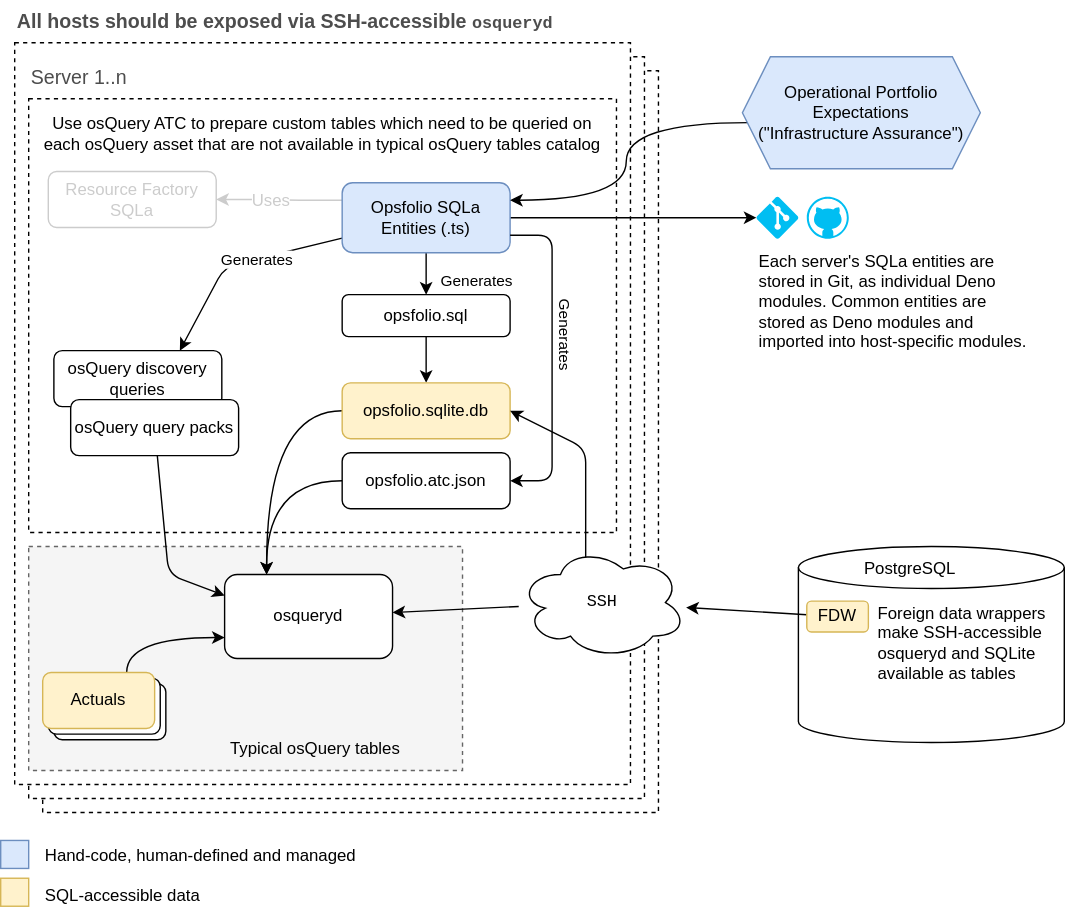
This is support/docs/architecture.drawio.svg from geovlazar/core, a draw.io export, as it was before one commit. Source tidied: cells renumbered, new cells last; positions are measured from the earlier drawing's top-left corner, leaving out a move shared by most shapes.
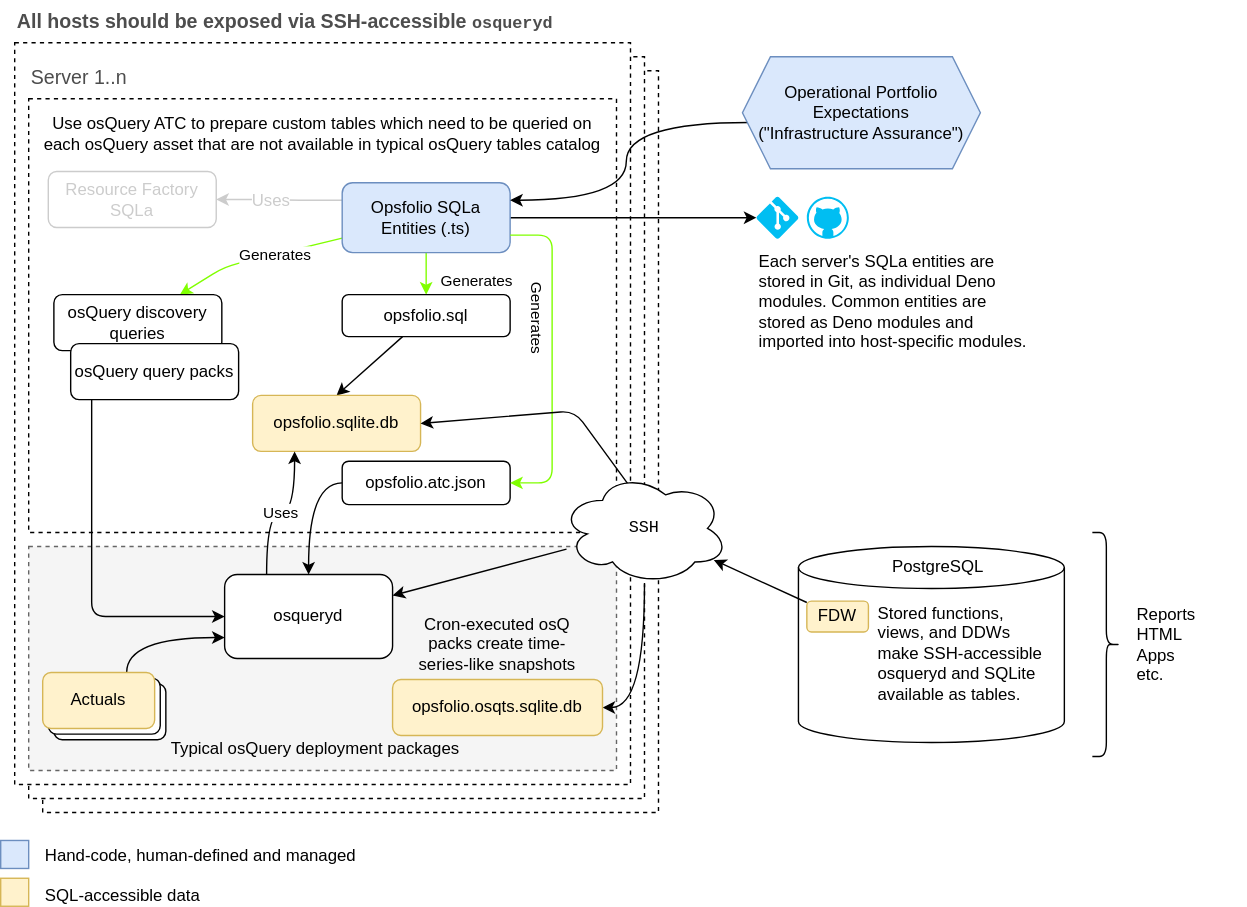
Later version of the same file.

Change to the diagram source:
```diff
@@ -12,7 +12,7 @@
       <mxGeometry x="10" y="30" width="440" height="530" as="geometry" />
     </mxCell>
     <mxCell id="5" style="rounded=0;whiteSpace=wrap;html=1;fontSize=12;dashed=1;fillColor=#f5f5f5;fontColor=#333333;strokeColor=#666666;" parent="1" vertex="1">
-      <mxGeometry x="20" y="390" width="310" height="160" as="geometry" />
+      <mxGeometry x="20" y="390" width="420" height="160" as="geometry" />
     </mxCell>
     <mxCell id="6" style="rounded=0;whiteSpace=wrap;html=1;fontSize=12;dashed=1;" parent="1" vertex="1">
       <mxGeometry x="20" y="70" width="420" height="310" as="geometry" />
@@ -28,10 +28,10 @@
         <mxPoint x="14" y="2" as="offset" />
       </mxGeometry>
     </mxCell>
-    <mxCell id="10" value="Generates" style="edgeStyle=none;html=1;entryX=0.5;entryY=0;entryDx=0;entryDy=0;" parent="1" edge="1" source="14" target="16">
+    <mxCell id="10" value="Generates" style="edgeStyle=none;html=1;entryX=0.5;entryY=0;entryDx=0;entryDy=0;strokeColor=#80FF00;" parent="1" edge="1" source="14" target="16">
       <mxGeometry x="0.33" y="36" relative="1" as="geometry" />
     </mxCell>
-    <mxCell id="11" style="edgeStyle=none;html=1;fontColor=#CCCCCC;strokeColor=#000000;entryX=0.75;entryY=0;entryDx=0;entryDy=0;" parent="1" edge="1" source="14" target="44">
+    <mxCell id="11" style="edgeStyle=none;html=1;fontColor=#CCCCCC;strokeColor=#80FF00;entryX=0.75;entryY=0;entryDx=0;entryDy=0;" parent="1" edge="1" source="14" target="44">
       <mxGeometry relative="1" as="geometry">
         <Array as="points">
           <mxPoint x="160" y="190" />
@@ -53,33 +53,33 @@
     <mxCell id="16" value="opsfolio.sql" style="rounded=1;whiteSpace=wrap;html=1;" parent="1" vertex="1">
       <mxGeometry x="244" y="210" width="120" height="30" as="geometry" />
     </mxCell>
-    <mxCell id="17" style="edgeStyle=orthogonalEdgeStyle;curved=1;html=1;exitX=0;exitY=0.5;exitDx=0;exitDy=0;entryX=0.25;entryY=0;entryDx=0;entryDy=0;fontSize=12;" parent="1" edge="1" source="18" target="23">
-      <mxGeometry relative="1" as="geometry" />
-    </mxCell>
     <mxCell id="18" value="opsfolio.sqlite.db" style="rounded=1;whiteSpace=wrap;html=1;fillColor=#fff2cc;strokeColor=#d6b656;" parent="1" vertex="1">
-      <mxGeometry x="244" y="273" width="120" height="40" as="geometry" />
+      <mxGeometry x="180" y="282" width="120" height="40" as="geometry" />
     </mxCell>
-    <mxCell id="19" style="edgeStyle=orthogonalEdgeStyle;curved=1;html=1;exitX=0;exitY=0.5;exitDx=0;exitDy=0;entryX=0.25;entryY=0;entryDx=0;entryDy=0;fontSize=12;" parent="1" edge="1" source="20" target="23">
+    <mxCell id="19" style="edgeStyle=orthogonalEdgeStyle;curved=1;html=1;exitX=0;exitY=0.5;exitDx=0;exitDy=0;entryX=0.5;entryY=0;entryDx=0;entryDy=0;fontSize=12;" parent="1" edge="1" source="20" target="23">
       <mxGeometry relative="1" as="geometry" />
     </mxCell>
     <mxCell id="20" value="opsfolio.atc.json" style="rounded=1;whiteSpace=wrap;html=1;" parent="1" vertex="1">
-      <mxGeometry x="244" y="323" width="120" height="40" as="geometry" />
+      <mxGeometry x="244" y="329" width="120" height="31" as="geometry" />
     </mxCell>
-    <mxCell id="21" style="edgeStyle=entityRelationEdgeStyle;html=1;fontSize=16;exitX=1;exitY=0.75;exitDx=0;exitDy=0;" parent="1" edge="1" source="14" target="20">
+    <mxCell id="21" style="edgeStyle=entityRelationEdgeStyle;html=1;fontSize=16;exitX=1;exitY=0.75;exitDx=0;exitDy=0;strokeColor=#80FF00;" parent="1" edge="1" source="14" target="20">
       <mxGeometry relative="1" as="geometry" />
     </mxCell>
     <mxCell id="22" value="Generates" style="edgeLabel;html=1;align=center;verticalAlign=middle;rotation=90;" parent="21" vertex="1">
       <mxGeometry x="-0.15" y="2" relative="1" as="geometry">
-        <mxPoint x="8" as="offset" />
+        <mxPoint x="-12" y="-13" as="offset" />
       </mxGeometry>
     </mxCell>
+    <mxCell id="51" value="Uses" style="edgeStyle=orthogonalEdgeStyle;curved=1;html=1;exitX=0.25;exitY=0;exitDx=0;exitDy=0;entryX=0.25;entryY=1;entryDx=0;entryDy=0;strokeColor=#000000;" parent="1" edge="1" source="23" target="18">
+      <mxGeometry relative="1" as="geometry" />
+    </mxCell>
     <mxCell id="23" value="osqueryd" style="rounded=1;whiteSpace=wrap;html=1;" parent="1" vertex="1">
       <mxGeometry x="160" y="410" width="120" height="60" as="geometry" />
     </mxCell>
     <mxCell id="24" value="Use osQuery ATC to prepare custom tables which need to be queried on each osQuery asset that are not available in typical osQuery tables catalog" style="text;html=1;strokeColor=none;fillColor=none;align=center;verticalAlign=middle;whiteSpace=wrap;rounded=0;dashed=1;fontSize=12;" parent="1" vertex="1">
       <mxGeometry x="30" y="80" width="400" height="30" as="geometry" />
     </mxCell>
-    <mxCell id="25" value="Typical osQuery tables" style="text;html=1;strokeColor=none;fillColor=none;align=center;verticalAlign=middle;whiteSpace=wrap;rounded=0;dashed=1;fontSize=12;" parent="1" vertex="1">
+    <mxCell id="25" value="Typical osQuery deployment packages" style="text;html=1;strokeColor=none;fillColor=none;align=center;verticalAlign=middle;whiteSpace=wrap;rounded=0;dashed=1;fontSize=12;" parent="1" vertex="1">
       <mxGeometry x="50" y="520" width="350" height="30" as="geometry" />
     </mxCell>
     <mxCell id="26" style="edgeStyle=orthogonalEdgeStyle;curved=1;html=1;fontSize=12;entryX=1;entryY=0.25;entryDx=0;entryDy=0;exitX=0.029;exitY=0.588;exitDx=0;exitDy=0;exitPerimeter=0;" parent="1" edge="1" source="27" target="14">
@@ -106,24 +106,27 @@
     <mxCell id="33" value="Server 1..n" style="text;html=1;strokeColor=none;fillColor=none;align=left;verticalAlign=middle;whiteSpace=wrap;rounded=0;fontSize=14;fontColor=#4D4D4D;" parent="1" vertex="1">
       <mxGeometry x="20" y="40" width="430" height="30" as="geometry" />
     </mxCell>
-    <mxCell id="34" style="edgeStyle=none;html=1;fontFamily=Courier New;fontSize=12;" parent="1" edge="1" source="36" target="23">
+    <mxCell id="34" style="edgeStyle=none;html=1;fontFamily=Courier New;fontSize=12;entryX=1;entryY=0.25;entryDx=0;entryDy=0;" parent="1" edge="1" source="36" target="23">
       <mxGeometry relative="1" as="geometry" />
     </mxCell>
     <mxCell id="35" style="edgeStyle=none;html=1;entryX=1;entryY=0.5;entryDx=0;entryDy=0;exitX=0.4;exitY=0.1;exitDx=0;exitDy=0;exitPerimeter=0;" parent="1" edge="1" source="36" target="18">
       <mxGeometry relative="1" as="geometry">
         <Array as="points">
-          <mxPoint x="418" y="320" />
+          <mxPoint x="410" y="293" />
         </Array>
       </mxGeometry>
     </mxCell>
+    <mxCell id="52" style="edgeStyle=orthogonalEdgeStyle;curved=1;html=1;strokeColor=#000000;entryX=1;entryY=0.5;entryDx=0;entryDy=0;" parent="1" edge="1" source="36" target="55">
+      <mxGeometry relative="1" as="geometry" />
+    </mxCell>
     <mxCell id="36" value="SSH" style="ellipse;shape=cloud;whiteSpace=wrap;html=1;fontFamily=Courier New;fontSize=12;" parent="1" vertex="1">
-      <mxGeometry x="370" y="390" width="120" height="80" as="geometry" />
+      <mxGeometry x="400" y="337" width="120" height="80" as="geometry" />
     </mxCell>
     <mxCell id="37" style="shape=cylinder3;whiteSpace=wrap;html=1;boundedLbl=1;backgroundOutline=1;size=15;fontFamily=Helvetica;fontSize=12;" parent="1" vertex="1">
       <mxGeometry x="570" y="390" width="190" height="140" as="geometry" />
     </mxCell>
     <mxCell id="38" value="PostgreSQL" style="text;html=1;strokeColor=none;fillColor=none;align=center;verticalAlign=middle;whiteSpace=wrap;rounded=0;fontFamily=Helvetica;fontSize=12;" parent="1" vertex="1">
-      <mxGeometry x="620" y="391" width="60" height="30" as="geometry" />
+      <mxGeometry x="640" y="390" width="60" height="30" as="geometry" />
     </mxCell>
     <mxCell id="39" style="edgeStyle=none;html=1;fontFamily=Helvetica;fontSize=12;" parent="1" edge="1" source="40" target="36">
       <mxGeometry relative="1" as="geometry" />
@@ -141,19 +144,20 @@
       <mxGeometry y="627" width="20" height="20" as="geometry" />
     </mxCell>
     <mxCell id="44" value="osQuery discovery queries" style="rounded=1;whiteSpace=wrap;html=1;" parent="1" vertex="1">
-      <mxGeometry x="38" y="250" width="120" height="40" as="geometry" />
+      <mxGeometry x="38" y="210" width="120" height="40" as="geometry" />
     </mxCell>
-    <mxCell id="45" style="edgeStyle=none;html=1;fontColor=#CCCCCC;strokeColor=#000000;entryX=0;entryY=0.25;entryDx=0;entryDy=0;" parent="1" edge="1" source="46" target="23">
+    <mxCell id="45" style="edgeStyle=none;html=1;fontColor=#CCCCCC;strokeColor=#000000;entryX=0;entryY=0.5;entryDx=0;entryDy=0;exitX=0.125;exitY=0.975;exitDx=0;exitDy=0;exitPerimeter=0;" parent="1" edge="1" source="46" target="23">
       <mxGeometry relative="1" as="geometry">
         <Array as="points">
-          <mxPoint x="120" y="410" />
+          <mxPoint x="65" y="410" />
+          <mxPoint x="65" y="440" />
         </Array>
       </mxGeometry>
     </mxCell>
     <mxCell id="46" value="osQuery query packs" style="rounded=1;whiteSpace=wrap;html=1;" parent="1" vertex="1">
-      <mxGeometry x="50" y="285" width="120" height="40" as="geometry" />
+      <mxGeometry x="50" y="245" width="120" height="40" as="geometry" />
     </mxCell>
-    <mxCell id="47" value="Foreign data wrappers make SSH-accessible osqueryd and SQLite available as tables" style="text;html=1;strokeColor=none;fillColor=none;align=left;verticalAlign=top;whiteSpace=wrap;rounded=0;" parent="1" vertex="1">
+    <mxCell id="47" value="Stored functions, views, and DDWs make SSH-accessible osqueryd and SQLite available as tables." style="text;html=1;strokeColor=none;fillColor=none;align=left;verticalAlign=top;whiteSpace=wrap;rounded=0;" parent="1" vertex="1">
       <mxGeometry x="625" y="424" width="125" height="75" as="geometry" />
     </mxCell>
     <mxCell id="48" style="verticalLabelPosition=bottom;html=1;verticalAlign=top;align=center;strokeColor=none;fillColor=#00BEF2;shape=mxgraph.azure.git_repository;" parent="1" vertex="1">
@@ -165,5 +169,17 @@
     <mxCell id="50" value="Each server's SQLa entities are stored in Git, as individual Deno modules. Common entities are stored as Deno modules and imported into host-specific modules." style="text;html=1;strokeColor=none;fillColor=none;align=left;verticalAlign=middle;whiteSpace=wrap;rounded=0;" parent="1" vertex="1">
       <mxGeometry x="540" y="180" width="200" height="70" as="geometry" />
     </mxCell>
+    <mxCell id="53" style="shape=curlyBracket;whiteSpace=wrap;html=1;rounded=1;flipH=1;" parent="1" vertex="1">
+      <mxGeometry x="780" y="380" width="20" height="160" as="geometry" />
+    </mxCell>
+    <mxCell id="54" value="Reports&lt;br&gt;HTML&lt;br&gt;Apps&lt;br&gt;etc." style="text;html=1;strokeColor=none;fillColor=none;align=left;verticalAlign=middle;whiteSpace=wrap;rounded=0;" parent="1" vertex="1">
+      <mxGeometry x="810" y="417" width="80" height="86" as="geometry" />
+    </mxCell>
+    <mxCell id="55" value="&lt;span style=&quot;text-align: left&quot;&gt;opsfolio.osqts.sqlite.db&lt;/span&gt;" style="rounded=1;whiteSpace=wrap;html=1;fillColor=#fff2cc;strokeColor=#d6b656;" parent="1" vertex="1">
+      <mxGeometry x="280" y="485" width="150" height="40" as="geometry" />
+    </mxCell>
+    <mxCell id="56" value="Cron-executed osQ packs create time-series-like snapshots" style="text;html=1;strokeColor=none;fillColor=none;align=center;verticalAlign=middle;whiteSpace=wrap;rounded=0;labelBackgroundColor=none;" parent="1" vertex="1">
+      <mxGeometry x="290" y="445" width="130" height="30" as="geometry" />
+    </mxCell>
   </root>
 </mxGraphModel>
```
